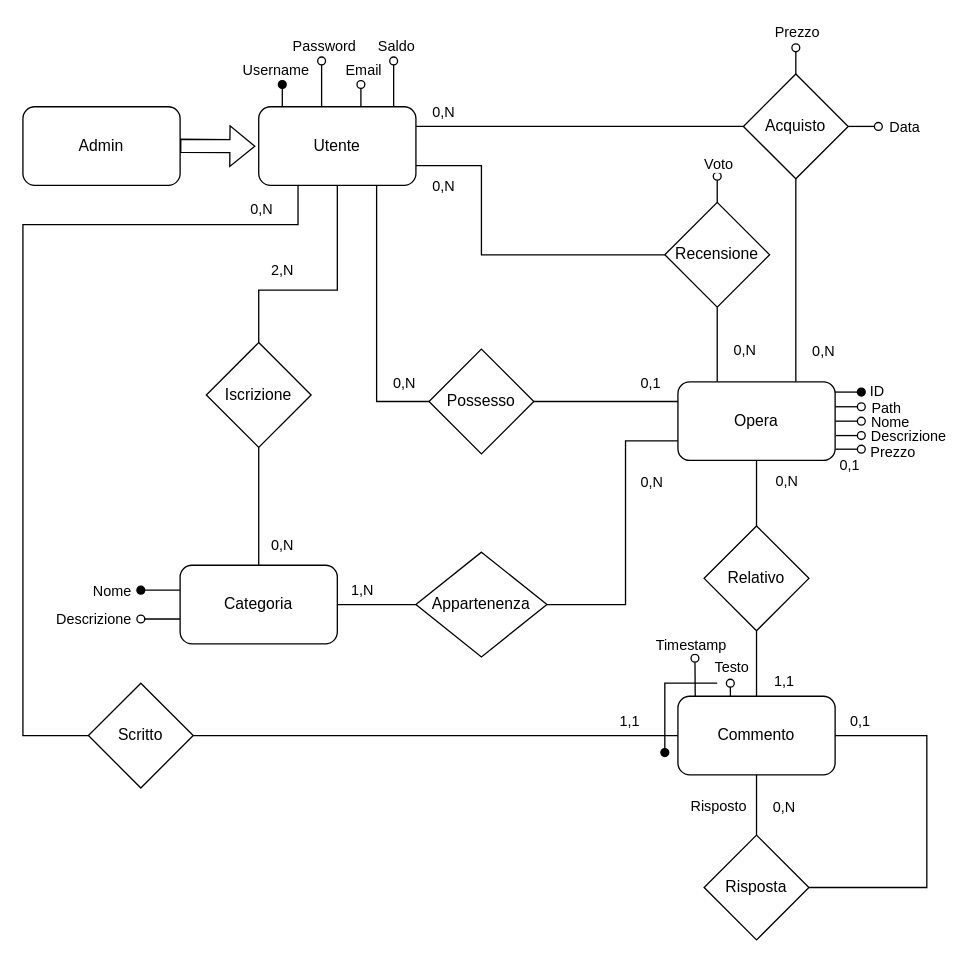
Above: page "Pagina-2" (1 of 3) of DB/schema_concettuale.drawio in Giuseppe5000/TecWeb (draw.io), before the change. Source tidied: cells renumbered, new cells numbered last; positions are measured from the earlier drawing's top-left corner, leaving out a move shared by most shapes. Both pictures are drawn from the tidied source at 131%, with x=0, y=0 at pixel (22, 47).
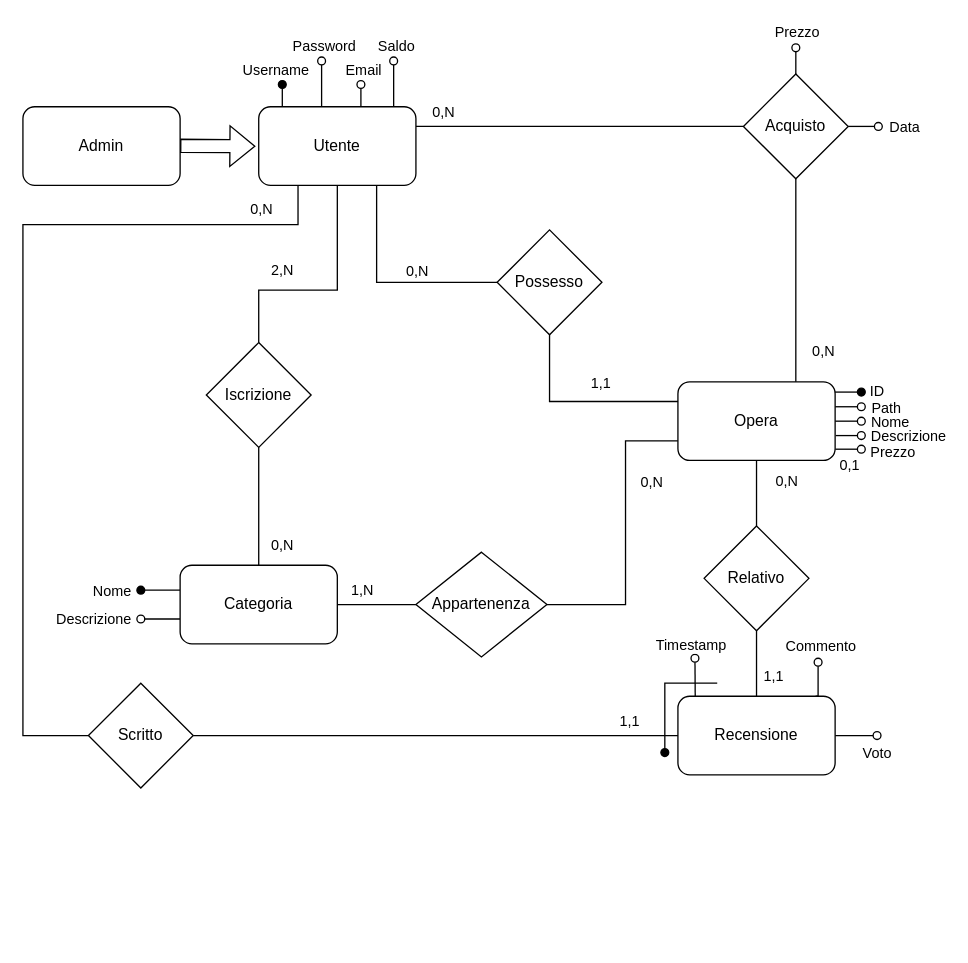
The same page after the edit.

The change refers to these unchanged cells:
```xml
<mxCell id="6" value="Utente" style="rounded=1;whiteSpace=wrap;html=1;" parent="1" vertex="1">
  <mxGeometry x="180" y="45" width="120" height="60" as="geometry" />
</mxCell>
<mxCell id="24" value="Opera" style="rounded=1;whiteSpace=wrap;html=1;" parent="1" vertex="1">
  <mxGeometry x="500" y="255" width="120" height="60" as="geometry" />
</mxCell>
<mxCell id="42" style="edgeStyle=orthogonalEdgeStyle;rounded=0;jettySize=auto;html=1;exitX=0.5;exitY=1;exitDx=0;exitDy=0;entryX=0.5;entryY=0;entryDx=0;entryDy=0;endArrow=none;endFill=0;" parent="1" edge="1" source="44" target="39">
  <mxGeometry relative="1" as="geometry" />
</mxCell>
```

Change to the diagram source:
```diff
@@
-    <mxCell id="5" style="edgeStyle=orthogonalEdgeStyle;rounded=0;jettySize=auto;html=1;exitX=1;exitY=0.75;exitDx=0;exitDy=0;entryX=0;entryY=0.5;entryDx=0;entryDy=0;endArrow=none;endFill=0;" parent="1" edge="1" source="6" target="29">
-      <mxGeometry relative="1" as="geometry">
-        <Array as="points">
-          <mxPoint x="350" y="90" />
-          <mxPoint x="350" y="158" />
-        </Array>
-      </mxGeometry>
-    </mxCell>
@@
-    <mxCell id="25" style="edgeStyle=orthogonalEdgeStyle;rounded=0;jettySize=auto;html=1;exitX=0.5;exitY=1;exitDx=0;exitDy=0;entryX=0.25;entryY=0;entryDx=0;entryDy=0;endArrow=none;endFill=0;" parent="1" edge="1" source="29" target="24">
-      <mxGeometry relative="1" as="geometry" />
-    </mxCell>
-    <mxCell id="26" value="0,N" style="edgeLabel;html=1;align=center;verticalAlign=middle;" parent="25" vertex="1">
-      <mxGeometry x="-0.1" y="2" relative="1" as="geometry">
-        <mxPoint x="18" y="6" as="offset" />
-      </mxGeometry>
-    </mxCell>
-    <mxCell id="27" style="edgeStyle=orthogonalEdgeStyle;rounded=0;jettySize=auto;html=1;exitX=0.5;exitY=0;exitDx=0;exitDy=0;endArrow=oval;endFill=0;" parent="1" edge="1" source="29">
-      <mxGeometry relative="1" as="geometry">
-        <mxPoint x="530" y="98" as="targetPoint" />
-      </mxGeometry>
-    </mxCell>
-    <mxCell id="28" value="Voto" style="edgeLabel;html=1;align=center;verticalAlign=middle;" parent="27" vertex="1">
-      <mxGeometry x="0.31" y="-1" relative="1" as="geometry">
-        <mxPoint x="-1" y="-17" as="offset" />
-      </mxGeometry>
-    </mxCell>
-    <mxCell id="29" value="Recensione" style="rhombus;whiteSpace=wrap;html=1;" parent="1" vertex="1">
-      <mxGeometry x="490" y="118" width="80" height="80" as="geometry" />
-    </mxCell>
     <mxCell id="30" style="edgeStyle=orthogonalEdgeStyle;rounded=0;jettySize=auto;html=1;exitX=0;exitY=0.5;exitDx=0;exitDy=0;entryX=0.75;entryY=1;entryDx=0;entryDy=0;endArrow=none;endFill=0;" parent="1" edge="1" source="34" target="6">
       <mxGeometry relative="1" as="geometry">
         <Array as="points">
-          <mxPoint x="270" y="270" />
+          <mxPoint x="270" y="179" />
         </Array>
       </mxGeometry>
     </mxCell>
     <mxCell id="31" value="0,N" style="edgeLabel;html=1;align=center;verticalAlign=middle;" parent="30" vertex="1">
       <mxGeometry x="0.11" relative="1" as="geometry">
-        <mxPoint x="20" y="59" as="offset" />
+        <mxPoint x="30" y="-9" as="offset" />
       </mxGeometry>
     </mxCell>
     <mxCell id="32" style="edgeStyle=orthogonalEdgeStyle;rounded=0;jettySize=auto;html=1;exitX=1;exitY=0.5;exitDx=0;exitDy=0;entryX=0;entryY=0.25;entryDx=0;entryDy=0;endArrow=none;endFill=0;" parent="1" edge="1" source="34" target="24">
       <mxGeometry relative="1" as="geometry">
         <Array as="points">
-          <mxPoint x="390" y="270" />
+          <mxPoint x="402" y="179" />
+          <mxPoint x="402" y="270" />
         </Array>
       </mxGeometry>
     </mxCell>
-    <mxCell id="33" value="0,1" style="edgeLabel;html=1;align=center;verticalAlign=middle;" parent="32" vertex="1">
+    <mxCell id="33" value="1,1" style="edgeLabel;html=1;align=center;verticalAlign=middle;" parent="32" vertex="1">
       <mxGeometry x="0.35" y="-2" relative="1" as="geometry">
         <mxPoint x="14" y="-17" as="offset" />
       </mxGeometry>
     </mxCell>
     <mxCell id="34" value="Possesso" style="rhombus;whiteSpace=wrap;html=1;" parent="1" vertex="1">
-      <mxGeometry x="310" y="230" width="80" height="80" as="geometry" />
+      <mxGeometry x="362" y="139" width="80" height="80" as="geometry" />
     </mxCell>
-    <mxCell id="35" style="edgeStyle=orthogonalEdgeStyle;rounded=0;jettySize=auto;html=1;exitX=0.334;exitY=0;exitDx=0;exitDy=0;endArrow=oval;endFill=0;exitPerimeter=0;" parent="1" edge="1" source="39">
+    <mxCell id="35" style="edgeStyle=orthogonalEdgeStyle;rounded=0;orthogonalLoop=1;jettySize=auto;html=1;exitX=0.334;exitY=0;exitDx=0;exitDy=0;endArrow=oval;endFill=0;exitPerimeter=0;" parent="1" edge="1">
       <mxGeometry relative="1" as="geometry">
-        <mxPoint x="540" y="485" as="targetPoint" />
+        <mxPoint x="605.1" y="495" as="sourcePoint" />
+        <mxPoint x="607" y="469" as="targetPoint" />
       </mxGeometry>
     </mxCell>
-    <mxCell id="36" value="Testo" style="edgeLabel;html=1;align=center;verticalAlign=middle;" parent="35" vertex="1">
+    <mxCell id="36" value="Commento" style="edgeLabel;html=1;align=center;verticalAlign=middle;" parent="35" vertex="1">
       <mxGeometry x="1" y="-5" relative="1" as="geometry">
         <mxPoint x="-4" y="-12" as="offset" />
       </mxGeometry>
     </mxCell>
@@
+    <mxCell id="28" value="Voto" style="edgeStyle=orthogonalEdgeStyle;rounded=0;jettySize=auto;html=1;exitX=1;exitY=0.5;exitDx=0;exitDy=0;endArrow=oval;endFill=0;" parent="1" edge="1" source="39">
+      <mxGeometry x="1" y="-14" relative="1" as="geometry">
+        <mxPoint x="652" y="525" as="targetPoint" />
+      </mxGeometry>
+    </mxCell>
-    <mxCell id="39" value="Commento" style="rounded=1;whiteSpace=wrap;html=1;" parent="1" vertex="1">
+    <mxCell id="39" value="Recensione" style="rounded=1;whiteSpace=wrap;html=1;" parent="1" vertex="1">
       <mxGeometry x="500" y="495" width="120" height="60" as="geometry" />
     </mxCell>
@@
     <mxCell id="43" value="1,1" style="edgeLabel;html=1;align=center;verticalAlign=middle;" parent="42" vertex="1">
       <mxGeometry x="0.04" y="-1" relative="1" as="geometry">
-        <mxPoint x="21" y="12" as="offset" />
+        <mxPoint x="13" y="8" as="offset" />
       </mxGeometry>
     </mxCell>
@@
-    <mxCell id="47" style="edgeStyle=orthogonalEdgeStyle;rounded=0;jettySize=auto;html=1;exitX=1;exitY=0.5;exitDx=0;exitDy=0;entryX=1;entryY=0.5;entryDx=0;entryDy=0;endArrow=none;endFill=0;" parent="1" edge="1" source="48" target="39">
-      <mxGeometry relative="1" as="geometry">
-        <Array as="points">
-          <mxPoint x="690" y="641" />
-          <mxPoint x="690" y="525" />
-        </Array>
-      </mxGeometry>
-    </mxCell>
-    <mxCell id="48" value="Risposta" style="rhombus;whiteSpace=wrap;html=1;" parent="1" vertex="1">
-      <mxGeometry x="520" y="601" width="80" height="80" as="geometry" />
-    </mxCell>
-    <mxCell id="49" value="0,N" style="edgeLabel;html=1;align=center;verticalAlign=middle;" parent="1" vertex="1">
-      <mxGeometry x="320" y="105" as="geometry" />
-    </mxCell>
-    <mxCell id="50" value="Risposto" style="edgeLabel;html=1;align=center;verticalAlign=middle;" parent="1" vertex="1">
-      <mxGeometry x="534" y="573" as="geometry">
-        <mxPoint x="-4" y="5" as="offset" />
-      </mxGeometry>
-    </mxCell>
@@
-    <mxCell id="77" style="edgeStyle=orthogonalEdgeStyle;rounded=0;jettySize=auto;html=1;exitX=0.5;exitY=0;exitDx=0;exitDy=0;entryX=0.5;entryY=1;entryDx=0;entryDy=0;endArrow=none;endFill=0;" parent="1" edge="1" source="48" target="39">
-      <mxGeometry relative="1" as="geometry" />
-    </mxCell>
@@
-    <mxCell id="79" value="0,N" style="edgeLabel;html=1;align=center;verticalAlign=middle;" parent="1" vertex="1">
-      <mxGeometry x="580" y="579" as="geometry" />
-    </mxCell>
-    <mxCell id="80" value="0,1" style="edgeLabel;html=1;align=center;verticalAlign=middle;" parent="1" vertex="1">
-      <mxGeometry x="699" y="579" as="geometry">
-        <mxPoint x="-61" y="-66" as="offset" />
-      </mxGeometry>
-    </mxCell>
```
